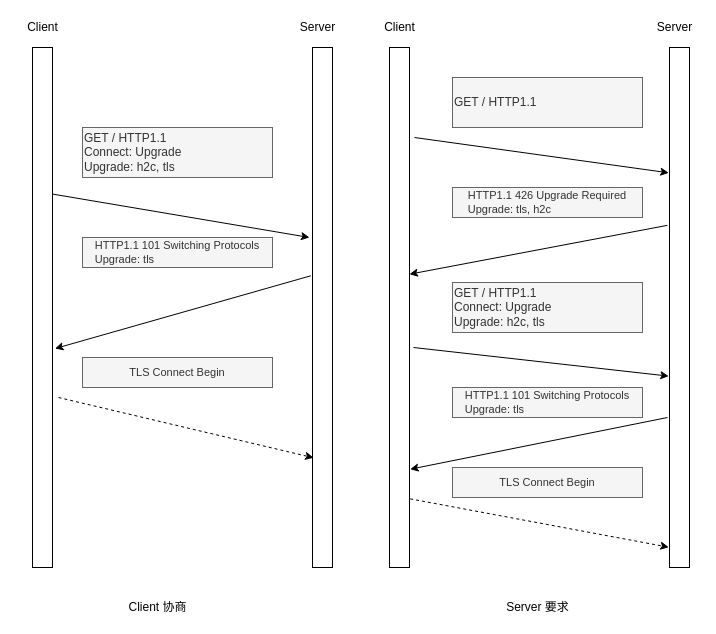
Earlier version of the draw.io diagram http_upgrade.drawio (yueyangtian/draw). Source tidied: cells renumbered, new cells numbered last; positions are measured from the earlier drawing's top-left corner, leaving out a move shared by most shapes. Both pictures are drawn from the tidied source at 100%, with x=0, y=0 at pixel (17, 17).
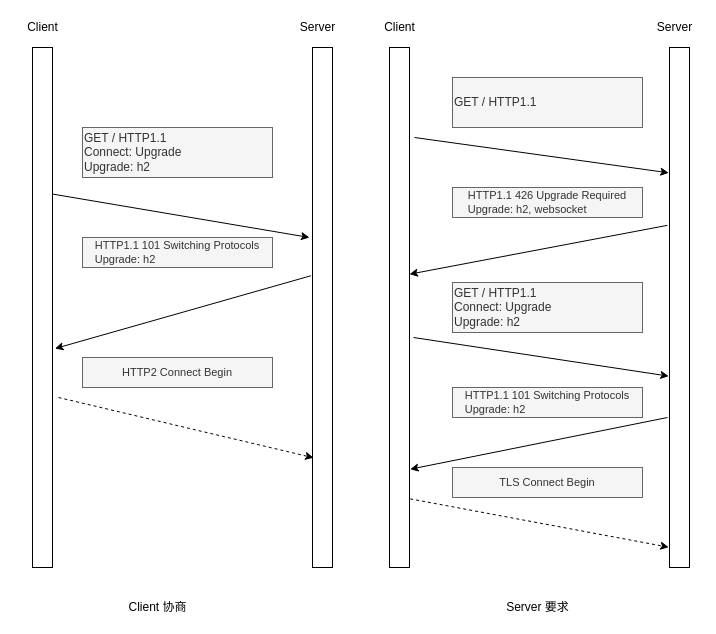
The same page after the edit.

Unchanged cells that the change refers to:
```xml
<mxCell id="14" style="rounded=0;whiteSpace=wrap;html=1;" parent="1" vertex="1">
  <mxGeometry x="652" y="30" width="20" height="520" as="geometry" />
</mxCell>
```

The edit, as a diff of the source:
```diff
@@
-    <mxCell id="5" value="&lt;div&gt;&lt;span&gt;GET / HTTP1.1&lt;/span&gt;&lt;/div&gt;&lt;div&gt;&lt;span&gt;Connect: Upgrade&lt;/span&gt;&lt;/div&gt;&lt;div&gt;&lt;span&gt;Upgrade: h2c, tls&lt;/span&gt;&lt;/div&gt;" style="text;html=1;align=left;verticalAlign=middle;whiteSpace=wrap;rounded=0;fillColor=#f5f5f5;strokeColor=#666666;fontColor=#333333;" parent="1" vertex="1">
+    <mxCell id="5" value="&lt;div&gt;&lt;span&gt;GET / HTTP1.1&lt;/span&gt;&lt;/div&gt;&lt;div&gt;&lt;span&gt;Connect: Upgrade&lt;/span&gt;&lt;/div&gt;&lt;div&gt;&lt;span&gt;Upgrade: h2&lt;/span&gt;&lt;/div&gt;" style="text;html=1;align=left;verticalAlign=middle;whiteSpace=wrap;rounded=0;fillColor=#f5f5f5;strokeColor=#666666;fontColor=#333333;" parent="1" vertex="1">
       <mxGeometry x="65" y="110" width="190" height="50" as="geometry" />
     </mxCell>
@@
-    <mxCell id="7" value="&lt;div style=&quot;text-align: left ; font-size: 11px&quot;&gt;&lt;font style=&quot;font-size: 11px&quot;&gt;HTTP1.1 101 Switching Protocols&lt;/font&gt;&lt;/div&gt;&lt;div style=&quot;text-align: left ; font-size: 11px&quot;&gt;&lt;font style=&quot;font-size: 11px&quot;&gt;Upgrade: tls&lt;/font&gt;&lt;/div&gt;" style="text;html=1;align=center;verticalAlign=middle;whiteSpace=wrap;rounded=0;fillColor=#f5f5f5;strokeColor=#666666;fontColor=#333333;" parent="1" vertex="1">
+    <mxCell id="7" value="&lt;div style=&quot;text-align: left ; font-size: 11px&quot;&gt;&lt;font style=&quot;font-size: 11px&quot;&gt;HTTP1.1 101 Switching Protocols&lt;/font&gt;&lt;/div&gt;&lt;div style=&quot;text-align: left ; font-size: 11px&quot;&gt;&lt;font style=&quot;font-size: 11px&quot;&gt;Upgrade: h2&lt;/font&gt;&lt;/div&gt;" style="text;html=1;align=center;verticalAlign=middle;whiteSpace=wrap;rounded=0;fillColor=#f5f5f5;strokeColor=#666666;fontColor=#333333;" parent="1" vertex="1">
       <mxGeometry x="65" y="220" width="190" height="30" as="geometry" />
     </mxCell>
@@
-    <mxCell id="11" value="&lt;div style=&quot;text-align: left ; font-size: 11px&quot;&gt;TLS Connect Begin&lt;/div&gt;" style="text;html=1;align=center;verticalAlign=middle;whiteSpace=wrap;rounded=0;fillColor=#f5f5f5;strokeColor=#666666;fontColor=#333333;" parent="1" vertex="1">
+    <mxCell id="11" value="&lt;div style=&quot;text-align: left ; font-size: 11px&quot;&gt;HTTP2 Connect Begin&lt;/div&gt;" style="text;html=1;align=center;verticalAlign=middle;whiteSpace=wrap;rounded=0;fillColor=#f5f5f5;strokeColor=#666666;fontColor=#333333;" parent="1" vertex="1">
       <mxGeometry x="65" y="340" width="190" height="30" as="geometry" />
     </mxCell>
@@
     <mxCell id="13" style="endArrow=classic;html=1;entryX=-0.036;entryY=0.632;entryDx=0;entryDy=0;entryPerimeter=0;" parent="1" edge="1" target="14">
       <mxGeometry relative="1" as="geometry">
-        <mxPoint x="396" y="330" as="sourcePoint" />
+        <mxPoint x="396" y="320" as="sourcePoint" />
       </mxGeometry>
     </mxCell>
@@
-    <mxCell id="15" value="&lt;div&gt;&lt;span&gt;GET / HTTP1.1&lt;/span&gt;&lt;/div&gt;&lt;div&gt;&lt;span&gt;Connect: Upgrade&lt;/span&gt;&lt;/div&gt;&lt;div&gt;&lt;span&gt;Upgrade: h2c, tls&lt;/span&gt;&lt;/div&gt;" style="text;html=1;align=left;verticalAlign=middle;whiteSpace=wrap;rounded=0;fillColor=#f5f5f5;strokeColor=#666666;fontColor=#333333;" parent="1" vertex="1">
+    <mxCell id="15" value="&lt;div&gt;&lt;span&gt;GET / HTTP1.1&lt;/span&gt;&lt;/div&gt;&lt;div&gt;&lt;span&gt;Connect: Upgrade&lt;/span&gt;&lt;/div&gt;&lt;div&gt;&lt;span&gt;Upgrade: h2&lt;/span&gt;&lt;/div&gt;" style="text;html=1;align=left;verticalAlign=middle;whiteSpace=wrap;rounded=0;fillColor=#f5f5f5;strokeColor=#666666;fontColor=#333333;" parent="1" vertex="1">
       <mxGeometry x="435" y="265" width="190" height="50" as="geometry" />
     </mxCell>
@@
-    <mxCell id="17" value="&lt;div style=&quot;text-align: left ; font-size: 11px&quot;&gt;&lt;font style=&quot;font-size: 11px&quot;&gt;HTTP1.1 101 Switching Protocols&lt;/font&gt;&lt;/div&gt;&lt;div style=&quot;text-align: left ; font-size: 11px&quot;&gt;&lt;font style=&quot;font-size: 11px&quot;&gt;Upgrade: tls&lt;/font&gt;&lt;/div&gt;" style="text;html=1;align=center;verticalAlign=middle;whiteSpace=wrap;rounded=0;fillColor=#f5f5f5;strokeColor=#666666;fontColor=#333333;" parent="1" vertex="1">
+    <mxCell id="17" value="&lt;div style=&quot;text-align: left ; font-size: 11px&quot;&gt;&lt;font style=&quot;font-size: 11px&quot;&gt;HTTP1.1 101 Switching Protocols&lt;/font&gt;&lt;/div&gt;&lt;div style=&quot;text-align: left ; font-size: 11px&quot;&gt;&lt;font style=&quot;font-size: 11px&quot;&gt;Upgrade: h2&lt;/font&gt;&lt;/div&gt;" style="text;html=1;align=center;verticalAlign=middle;whiteSpace=wrap;rounded=0;fillColor=#f5f5f5;strokeColor=#666666;fontColor=#333333;" parent="1" vertex="1">
       <mxGeometry x="435" y="370" width="190" height="30" as="geometry" />
     </mxCell>
@@
-    <mxCell id="25" value="&lt;div style=&quot;text-align: left ; font-size: 11px&quot;&gt;&lt;font style=&quot;font-size: 11px&quot;&gt;HTTP1.1 426 Upgrade Required&lt;/font&gt;&lt;/div&gt;&lt;div style=&quot;text-align: left ; font-size: 11px&quot;&gt;&lt;font style=&quot;font-size: 11px&quot;&gt;Upgrade: tls, h2c&lt;/font&gt;&lt;/div&gt;" style="text;html=1;align=center;verticalAlign=middle;whiteSpace=wrap;rounded=0;fillColor=#f5f5f5;strokeColor=#666666;fontColor=#333333;" parent="1" vertex="1">
+    <mxCell id="25" value="&lt;div style=&quot;text-align: left ; font-size: 11px&quot;&gt;&lt;font style=&quot;font-size: 11px&quot;&gt;HTTP1.1 426 Upgrade Required&lt;/font&gt;&lt;/div&gt;&lt;div style=&quot;text-align: left ; font-size: 11px&quot;&gt;&lt;font style=&quot;font-size: 11px&quot;&gt;Upgrade: h2, websocket&lt;/font&gt;&lt;/div&gt;" style="text;html=1;align=center;verticalAlign=middle;whiteSpace=wrap;rounded=0;fillColor=#f5f5f5;strokeColor=#666666;fontColor=#333333;" parent="1" vertex="1">
       <mxGeometry x="435" y="170" width="190" height="30" as="geometry" />
     </mxCell>
```
